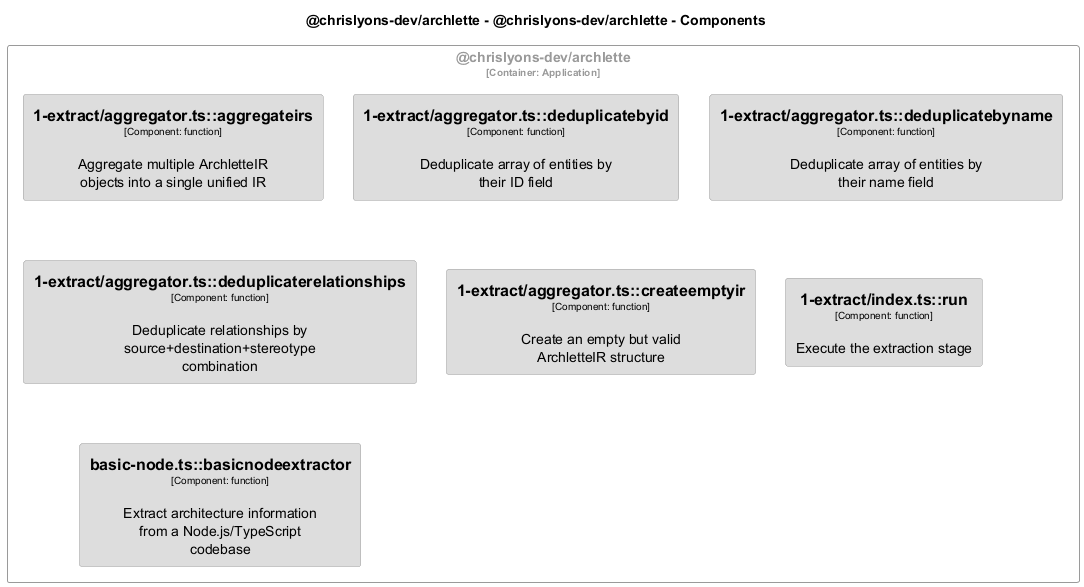
This is docs/architecture/diagrams/structurizr-Classes_extractors.png from chrislyons-dev/archlette, a PlantUML export, as it was before one commit. The source it was exported from:
```plantuml
@startuml
set separator none
title @chrislyons-dev/archlette - @chrislyons-dev/archlette - Components

top to bottom direction
skinparam ranksep 60
skinparam nodesep 30

skinparam {
  arrowFontSize 10
  defaultTextAlignment center
  wrapWidth 200
  maxMessageSize 100
}

hide stereotype

skinparam rectangle<<chrislyonsdevarchlette.chrislyonsdevarchlette.1extractaggregatortsaggregateirs>> {
  BackgroundColor #dddddd
  FontColor #000000
  BorderColor #9a9a9a
  shadowing false
}
skinparam rectangle<<chrislyonsdevarchlette.chrislyonsdevarchlette.1extractaggregatortscreateemptyir>> {
  BackgroundColor #dddddd
  FontColor #000000
  BorderColor #9a9a9a
  shadowing false
}
skinparam rectangle<<chrislyonsdevarchlette.chrislyonsdevarchlette.1extractaggregatortsdeduplicatebyid>> {
  BackgroundColor #dddddd
  FontColor #000000
  BorderColor #9a9a9a
  shadowing false
}
skinparam rectangle<<chrislyonsdevarchlette.chrislyonsdevarchlette.1extractaggregatortsdeduplicatebyname>> {
  BackgroundColor #dddddd
  FontColor #000000
  BorderColor #9a9a9a
  shadowing false
}
skinparam rectangle<<chrislyonsdevarchlette.chrislyonsdevarchlette.1extractaggregatortsdeduplicaterelationships>> {
  BackgroundColor #dddddd
  FontColor #000000
  BorderColor #9a9a9a
  shadowing false
}
skinparam rectangle<<chrislyonsdevarchlette.chrislyonsdevarchlette.1extractindextsrun>> {
  BackgroundColor #dddddd
  FontColor #000000
  BorderColor #9a9a9a
  shadowing false
}
skinparam rectangle<<chrislyonsdevarchlette.chrislyonsdevarchlette.basicnodetsbasicnodeextractor>> {
  BackgroundColor #dddddd
  FontColor #000000
  BorderColor #9a9a9a
  shadowing false
}
skinparam rectangle<<chrislyonsdevarchlette.chrislyonsdevarchlette>> {
  BorderColor #9a9a9a
  FontColor #9a9a9a
  shadowing false
}

rectangle "@chrislyons-dev/archlette\n<size:10>[Container: Application]</size>" <<chrislyonsdevarchlette.chrislyonsdevarchlette>> {
  rectangle "==1-extract/aggregator.ts::aggregateirs\n<size:10>[Component: function]</size>\n\nAggregate multiple ArchletteIR objects into a single unified IR" <<chrislyonsdevarchlette.chrislyonsdevarchlette.1extractaggregatortsaggregateirs>> as chrislyonsdevarchlette.chrislyonsdevarchlette.1extractaggregatortsaggregateirs
  rectangle "==1-extract/aggregator.ts::deduplicatebyid\n<size:10>[Component: function]</size>\n\nDeduplicate array of entities by their ID field" <<chrislyonsdevarchlette.chrislyonsdevarchlette.1extractaggregatortsdeduplicatebyid>> as chrislyonsdevarchlette.chrislyonsdevarchlette.1extractaggregatortsdeduplicatebyid
  rectangle "==1-extract/aggregator.ts::deduplicatebyname\n<size:10>[Component: function]</size>\n\nDeduplicate array of entities by their name field" <<chrislyonsdevarchlette.chrislyonsdevarchlette.1extractaggregatortsdeduplicatebyname>> as chrislyonsdevarchlette.chrislyonsdevarchlette.1extractaggregatortsdeduplicatebyname
  rectangle "==1-extract/aggregator.ts::deduplicaterelationships\n<size:10>[Component: function]</size>\n\nDeduplicate relationships by source+destination+stereotype combination" <<chrislyonsdevarchlette.chrislyonsdevarchlette.1extractaggregatortsdeduplicaterelationships>> as chrislyonsdevarchlette.chrislyonsdevarchlette.1extractaggregatortsdeduplicaterelationships
  rectangle "==1-extract/aggregator.ts::createemptyir\n<size:10>[Component: function]</size>\n\nCreate an empty but valid ArchletteIR structure" <<chrislyonsdevarchlette.chrislyonsdevarchlette.1extractaggregatortscreateemptyir>> as chrislyonsdevarchlette.chrislyonsdevarchlette.1extractaggregatortscreateemptyir
  rectangle "==1-extract/index.ts::run\n<size:10>[Component: function]</size>\n\nExecute the extraction stage" <<chrislyonsdevarchlette.chrislyonsdevarchlette.1extractindextsrun>> as chrislyonsdevarchlette.chrislyonsdevarchlette.1extractindextsrun
  rectangle "==basic-node.ts::basicnodeextractor\n<size:10>[Component: function]</size>\n\nExtract architecture information from a Node.js/TypeScript codebase" <<chrislyonsdevarchlette.chrislyonsdevarchlette.basicnodetsbasicnodeextractor>> as chrislyonsdevarchlette.chrislyonsdevarchlette.basicnodetsbasicnodeextractor
}

@enduml
```
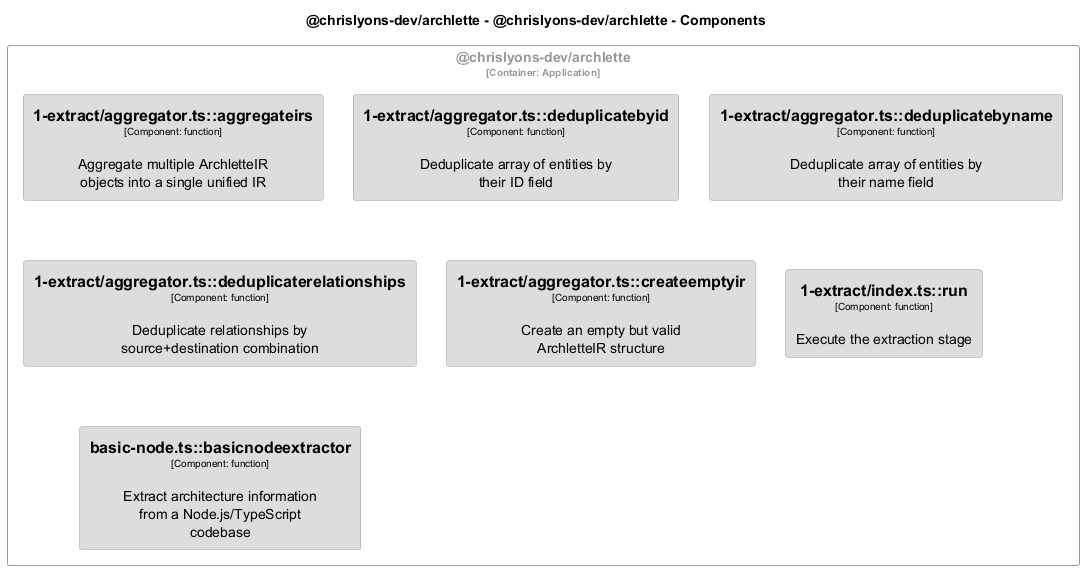
The same diagram one commit later.

Change to the diagram source:
```diff
@@ -67,7 +67,7 @@
   rectangle "==1-extract/aggregator.ts::aggregateirs\n<size:10>[Component: function]</size>\n\nAggregate multiple ArchletteIR objects into a single unified IR" <<chrislyonsdevarchlette.chrislyonsdevarchlette.1extractaggregatortsaggregateirs>> as chrislyonsdevarchlette.chrislyonsdevarchlette.1extractaggregatortsaggregateirs
   rectangle "==1-extract/aggregator.ts::deduplicatebyid\n<size:10>[Component: function]</size>\n\nDeduplicate array of entities by their ID field" <<chrislyonsdevarchlette.chrislyonsdevarchlette.1extractaggregatortsdeduplicatebyid>> as chrislyonsdevarchlette.chrislyonsdevarchlette.1extractaggregatortsdeduplicatebyid
   rectangle "==1-extract/aggregator.ts::deduplicatebyname\n<size:10>[Component: function]</size>\n\nDeduplicate array of entities by their name field" <<chrislyonsdevarchlette.chrislyonsdevarchlette.1extractaggregatortsdeduplicatebyname>> as chrislyonsdevarchlette.chrislyonsdevarchlette.1extractaggregatortsdeduplicatebyname
-  rectangle "==1-extract/aggregator.ts::deduplicaterelationships\n<size:10>[Component: function]</size>\n\nDeduplicate relationships by source+destination+stereotype combination" <<chrislyonsdevarchlette.chrislyonsdevarchlette.1extractaggregatortsdeduplicaterelationships>> as chrislyonsdevarchlette.chrislyonsdevarchlette.1extractaggregatortsdeduplicaterelationships
+  rectangle "==1-extract/aggregator.ts::deduplicaterelationships\n<size:10>[Component: function]</size>\n\nDeduplicate relationships by source+destination combination" <<chrislyonsdevarchlette.chrislyonsdevarchlette.1extractaggregatortsdeduplicaterelationships>> as chrislyonsdevarchlette.chrislyonsdevarchlette.1extractaggregatortsdeduplicaterelationships
   rectangle "==1-extract/aggregator.ts::createemptyir\n<size:10>[Component: function]</size>\n\nCreate an empty but valid ArchletteIR structure" <<chrislyonsdevarchlette.chrislyonsdevarchlette.1extractaggregatortscreateemptyir>> as chrislyonsdevarchlette.chrislyonsdevarchlette.1extractaggregatortscreateemptyir
   rectangle "==1-extract/index.ts::run\n<size:10>[Component: function]</size>\n\nExecute the extraction stage" <<chrislyonsdevarchlette.chrislyonsdevarchlette.1extractindextsrun>> as chrislyonsdevarchlette.chrislyonsdevarchlette.1extractindextsrun
   rectangle "==basic-node.ts::basicnodeextractor\n<size:10>[Component: function]</size>\n\nExtract architecture information from a Node.js/TypeScript codebase" <<chrislyonsdevarchlette.chrislyonsdevarchlette.basicnodetsbasicnodeextractor>> as chrislyonsdevarchlette.chrislyonsdevarchlette.basicnodetsbasicnodeextractor
```
